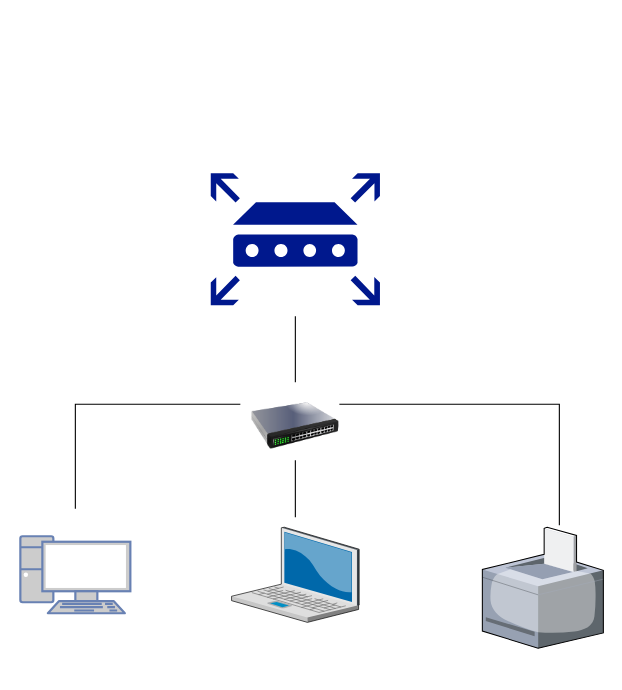
Above: Untitled Diagram.drawio in Kylegwhite/Kylegwhite (draw.io), before the change. Source tidied: cells renumbered, new cells numbered last; positions are measured from the earlier drawing's top-left corner, leaving out a move shared by most shapes. Both pictures are drawn from the tidied source at 110%, with x=0, y=0 at pixel (20, 173).
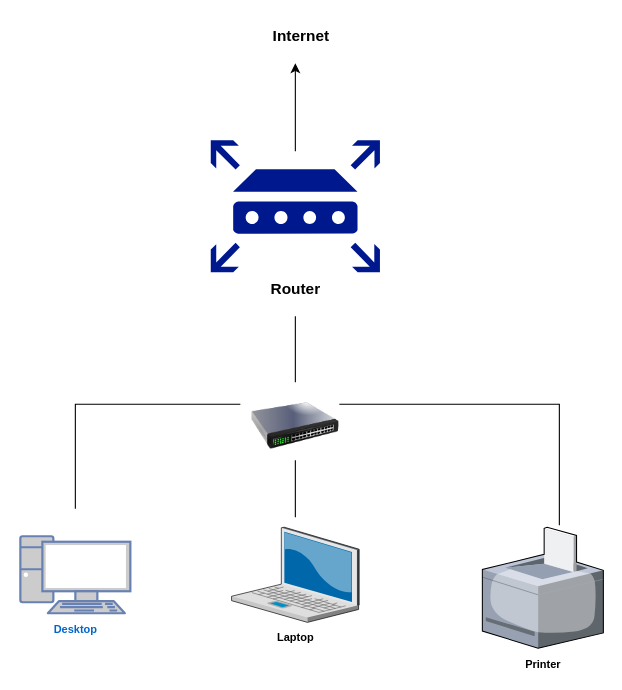
After the change.

Diff of the diagram source:
```diff
@@
-    <mxCell id="2" style="sketch=0;shadow=0;dashed=0;html=1;strokeColor=none;labelPosition=center;verticalLabelPosition=bottom;verticalAlign=top;align=center;fillColor=#00188D;shape=mxgraph.mscae.enterprise.router;" parent="1" vertex="1">
-      <mxGeometry x="173.1" width="153.8" height="120" as="geometry" />
+    <mxCell id="2" value="&lt;b&gt;&lt;font style=&quot;font-size: 14px;&quot;&gt;Router&lt;/font&gt;&lt;/b&gt;" style="sketch=0;shadow=0;dashed=0;html=1;strokeColor=none;labelPosition=center;verticalLabelPosition=bottom;verticalAlign=top;align=center;fillColor=#00188D;shape=mxgraph.mscae.enterprise.router;" parent="1" vertex="1">
+      <mxGeometry x="173.1" y="-30" width="153.8" height="120" as="geometry" />
     </mxCell>
@@
-    <mxCell id="5" style="fontColor=#0066CC;verticalAlign=top;verticalLabelPosition=bottom;labelPosition=center;align=center;html=1;fillColor=#CCCCCC;strokeColor=#6881B3;gradientColor=none;gradientDirection=north;strokeWidth=2;shape=mxgraph.networks.pc;" parent="1" vertex="1">
+    <mxCell id="5" value="&lt;font size=&quot;1&quot;&gt;&lt;b&gt;Desktop&lt;/b&gt;&lt;/font&gt;" style="fontColor=#0066CC;verticalAlign=top;verticalLabelPosition=bottom;labelPosition=center;align=center;html=1;fillColor=#CCCCCC;strokeColor=#6881B3;gradientColor=none;gradientDirection=north;strokeWidth=2;shape=mxgraph.networks.pc;" parent="1" vertex="1">
       <mxGeometry y="330" width="100" height="70" as="geometry" />
     </mxCell>
-    <mxCell id="6" style="verticalLabelPosition=bottom;sketch=0;html=1;verticalAlign=top;strokeColor=none;align=center;shape=mxgraph.citrix.laptop_2;" parent="1" vertex="1">
+    <mxCell id="6" value="&lt;font size=&quot;1&quot;&gt;&lt;b&gt;Laptop&lt;/b&gt;&lt;/font&gt;" style="verticalLabelPosition=bottom;sketch=0;html=1;verticalAlign=top;strokeColor=none;align=center;shape=mxgraph.citrix.laptop_2;" parent="1" vertex="1">
       <mxGeometry x="192" y="321.8" width="116" height="86.5" as="geometry" />
     </mxCell>
-    <mxCell id="7" style="verticalLabelPosition=bottom;sketch=0;html=1;verticalAlign=top;strokeColor=none;align=center;shape=mxgraph.citrix.printer;" parent="1" vertex="1">
+    <mxCell id="7" value="&lt;font size=&quot;1&quot;&gt;&lt;b&gt;Printer&lt;/b&gt;&lt;/font&gt;" style="verticalLabelPosition=bottom;sketch=0;html=1;verticalAlign=top;strokeColor=none;align=center;shape=mxgraph.citrix.printer;" parent="1" vertex="1">
       <mxGeometry x="420" y="321.8" width="110" height="110" as="geometry" />
     </mxCell>
@@
+    <mxCell id="11" style="endArrow=classic;html=1;rounded=0;" parent="1" edge="1">
+      <mxGeometry relative="1" as="geometry">
+        <mxPoint x="250" y="-20" as="sourcePoint" />
+        <mxPoint x="250" y="-100" as="targetPoint" />
+      </mxGeometry>
+    </mxCell>
+    <mxCell id="12" value="&lt;b&gt;&lt;font style=&quot;font-size: 14px;&quot;&gt;Internet&lt;/font&gt;&lt;/b&gt;" style="text;html=1;align=center;verticalAlign=middle;strokeColor=none;fillColor=none;" parent="1" vertex="1">
+      <mxGeometry x="220" y="-140" width="70" height="30" as="geometry" />
+    </mxCell>
```
